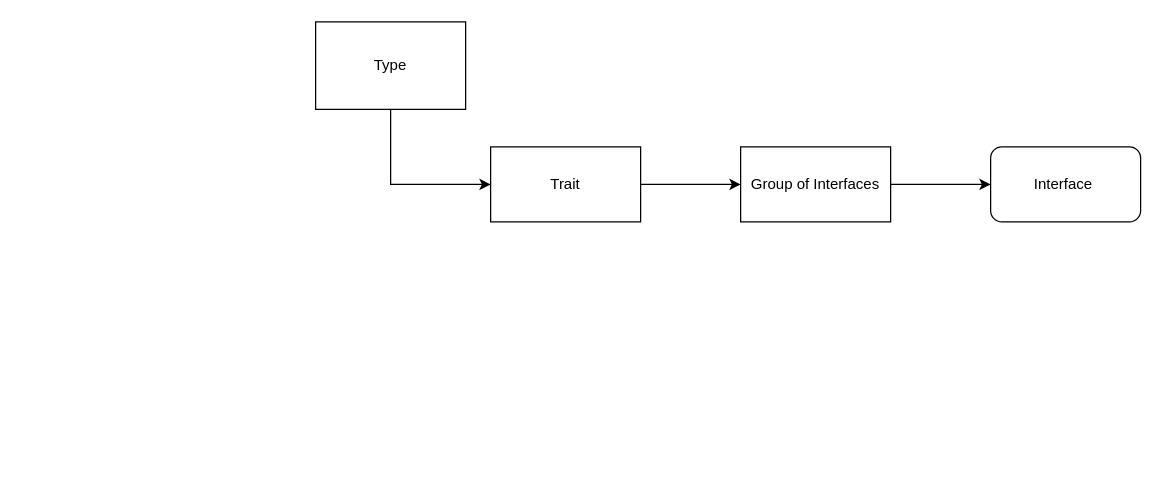
This is page "Traits" (2 of 2) of datatypes.drawio from gftea/rust_lang_notes, a draw.io file, before an edit. Source tidied: cells renumbered, new cells numbered last; positions are measured from the earlier drawing's top-left corner, leaving out a move shared by most shapes. Both pictures are drawn from the tidied source at 125%, with x=0, y=0 at pixel (315, 21).
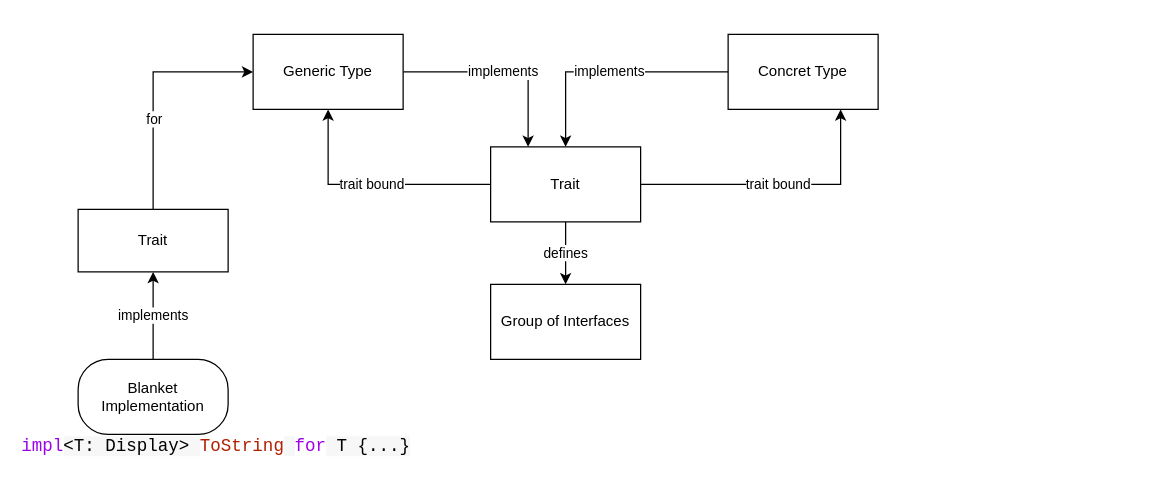
After the change.

Change to the diagram source:
```diff
@@
 <mxGraphModel>
   <root>
     <mxCell id="0" />
     <mxCell id="1" parent="0" />
-    <mxCell id="2" style="edgeStyle=orthogonalEdgeStyle;rounded=0;jettySize=auto;html=1;" parent="1" edge="1" source="3" target="5">
+    <mxCell id="2" value="defines" style="edgeStyle=orthogonalEdgeStyle;rounded=0;jettySize=auto;html=1;" parent="1" edge="1" source="3" target="5">
       <mxGeometry relative="1" as="geometry" />
     </mxCell>
+    <mxCell id="9" style="edgeStyle=orthogonalEdgeStyle;rounded=0;jettySize=auto;html=1;entryX=0.5;entryY=1;entryDx=0;entryDy=0;" parent="1" edge="1" source="3" target="16">
+      <mxGeometry relative="1" as="geometry" />
+    </mxCell>
+    <mxCell id="10" value="trait bound" style="edgeLabel;html=1;align=center;verticalAlign=middle;" parent="9" vertex="1">
+      <mxGeometry x="0.01" y="-1" relative="1" as="geometry" />
+    </mxCell>
+    <mxCell id="11" value="trait bound" style="edgeStyle=orthogonalEdgeStyle;rounded=0;jettySize=auto;html=1;entryX=0.75;entryY=1;entryDx=0;entryDy=0;exitX=1;exitY=0.5;exitDx=0;exitDy=0;" parent="1" edge="1" source="3" target="14">
+      <mxGeometry relative="1" as="geometry" />
+    </mxCell>
-    <mxCell id="3" value="Trait" style="whiteSpace=wrap;html=1;" parent="1" vertex="1">
+    <mxCell id="3" value="Trait" style="whiteSpace=wrap;html=1;gradientColor=none;perimeterSpacing=0;shadow=0;glass=0;enumerate=0;" parent="1" vertex="1">
       <mxGeometry x="140" y="100" width="120" height="60" as="geometry" />
     </mxCell>
-    <mxCell id="4" style="edgeStyle=orthogonalEdgeStyle;rounded=0;jettySize=auto;html=1;" parent="1" edge="1" source="5" target="6">
-      <mxGeometry relative="1" as="geometry" />
-    </mxCell>
     <mxCell id="5" value="Group of Interfaces" style="whiteSpace=wrap;html=1;" parent="1" vertex="1">
-      <mxGeometry x="340" y="100" width="120" height="60" as="geometry" />
+      <mxGeometry x="140" y="210" width="120" height="60" as="geometry" />
     </mxCell>
-    <mxCell id="6" value="Interface&amp;nbsp;" style="rounded=1;whiteSpace=wrap;html=1;" parent="1" vertex="1">
-      <mxGeometry x="540" y="100" width="120" height="60" as="geometry" />
-    </mxCell>
-    <mxCell id="7" style="edgeStyle=orthogonalEdgeStyle;rounded=0;jettySize=auto;html=1;entryX=0;entryY=0.5;entryDx=0;entryDy=0;exitX=0.5;exitY=1;exitDx=0;exitDy=0;" parent="1" edge="1" source="8" target="3">
-      <mxGeometry relative="1" as="geometry" />
-    </mxCell>
-    <mxCell id="8" value="Type" style="whiteSpace=wrap;html=1;" parent="1" vertex="1">
-      <mxGeometry width="120" height="70" as="geometry" />
-    </mxCell>
+    <mxCell id="12" value="implements" style="edgeStyle=orthogonalEdgeStyle;rounded=0;jettySize=auto;html=1;exitX=0.5;exitY=0;exitDx=0;exitDy=0;entryX=0.5;entryY=1;entryDx=0;entryDy=0;" parent="1" edge="1" source="13" target="20">
+      <mxGeometry relative="1" as="geometry" />
+    </mxCell>
+    <mxCell id="13" value="Blanket Implementation" style="rounded=1;whiteSpace=wrap;html=1;shadow=0;glass=0;gradientColor=none;arcSize=40;" parent="1" vertex="1">
+      <mxGeometry x="-190" y="270" width="120" height="60" as="geometry" />
+    </mxCell>
+    <mxCell id="14" value="Concret Type" style="whiteSpace=wrap;html=1;gradientColor=none;perimeterSpacing=0;shadow=0;glass=0;enumerate=0;" parent="1" vertex="1">
+      <mxGeometry x="330" y="10" width="120" height="60" as="geometry" />
+    </mxCell>
+    <mxCell id="15" value="implements" style="edgeStyle=orthogonalEdgeStyle;rounded=0;jettySize=auto;html=1;entryX=0.25;entryY=0;entryDx=0;entryDy=0;" parent="1" edge="1" source="16" target="3">
+      <mxGeometry relative="1" as="geometry" />
+    </mxCell>
+    <mxCell id="16" value="Generic Type" style="whiteSpace=wrap;html=1;gradientColor=none;perimeterSpacing=0;shadow=0;glass=0;enumerate=0;" parent="1" vertex="1">
+      <mxGeometry x="-50" y="10" width="120" height="60" as="geometry" />
+    </mxCell>
+    <mxCell id="17" value="implements" style="edgeStyle=orthogonalEdgeStyle;rounded=0;jettySize=auto;html=1;exitX=0;exitY=0.5;exitDx=0;exitDy=0;entryX=0.5;entryY=0;entryDx=0;entryDy=0;" parent="1" edge="1" source="14" target="3">
+      <mxGeometry relative="1" as="geometry" />
+    </mxCell>
+    <mxCell id="18" style="edgeStyle=orthogonalEdgeStyle;rounded=0;jettySize=auto;html=1;exitX=0.5;exitY=0;exitDx=0;exitDy=0;entryX=0;entryY=0.5;entryDx=0;entryDy=0;" parent="1" edge="1" source="20" target="16">
+      <mxGeometry relative="1" as="geometry" />
+    </mxCell>
+    <mxCell id="19" value="for" style="edgeLabel;html=1;align=center;verticalAlign=middle;" parent="18" vertex="1">
+      <mxGeometry x="-0.23" relative="1" as="geometry" />
+    </mxCell>
+    <mxCell id="20" value="Trait" style="whiteSpace=wrap;html=1;gradientColor=none;perimeterSpacing=0;shadow=0;glass=0;enumerate=0;" parent="1" vertex="1">
+      <mxGeometry x="-190" y="150" width="120" height="50" as="geometry" />
+    </mxCell>
+    <mxCell id="21" value="&lt;span style=&quot;color: rgb(157, 0, 236); font-family: &amp;quot;Source Code Pro&amp;quot;, Consolas, &amp;quot;Ubuntu Mono&amp;quot;, Menlo, &amp;quot;DejaVu Sans Mono&amp;quot;, monospace, monospace; font-size: 14px; text-align: start;&quot; class=&quot;hljs-keyword&quot;&gt;impl&lt;/span&gt;&lt;span style=&quot;font-family: &amp;quot;Source Code Pro&amp;quot;, Consolas, &amp;quot;Ubuntu Mono&amp;quot;, Menlo, &amp;quot;DejaVu Sans Mono&amp;quot;, monospace, monospace; font-size: 14px; text-align: start; background-color: rgb(246, 247, 246);&quot;&gt;&amp;lt;T: Display&amp;gt; &lt;/span&gt;&lt;span style=&quot;color: rgb(178, 30, 0); font-family: &amp;quot;Source Code Pro&amp;quot;, Consolas, &amp;quot;Ubuntu Mono&amp;quot;, Menlo, &amp;quot;DejaVu Sans Mono&amp;quot;, monospace, monospace; font-size: 14px; text-align: start;&quot; class=&quot;hljs-built_in&quot;&gt;ToString&lt;/span&gt;&lt;span style=&quot;font-family: &amp;quot;Source Code Pro&amp;quot;, Consolas, &amp;quot;Ubuntu Mono&amp;quot;, Menlo, &amp;quot;DejaVu Sans Mono&amp;quot;, monospace, monospace; font-size: 14px; text-align: start; background-color: rgb(246, 247, 246);&quot;&gt; &lt;/span&gt;&lt;span style=&quot;color: rgb(157, 0, 236); font-family: &amp;quot;Source Code Pro&amp;quot;, Consolas, &amp;quot;Ubuntu Mono&amp;quot;, Menlo, &amp;quot;DejaVu Sans Mono&amp;quot;, monospace, monospace; font-size: 14px; text-align: start;&quot; class=&quot;hljs-keyword&quot;&gt;for&lt;/span&gt;&lt;span style=&quot;font-family: &amp;quot;Source Code Pro&amp;quot;, Consolas, &amp;quot;Ubuntu Mono&amp;quot;, Menlo, &amp;quot;DejaVu Sans Mono&amp;quot;, monospace, monospace; font-size: 14px; text-align: start; background-color: rgb(246, 247, 246);&quot;&gt; T {...&lt;/span&gt;&lt;span style=&quot;font-family: &amp;quot;Source Code Pro&amp;quot;, Consolas, &amp;quot;Ubuntu Mono&amp;quot;, Menlo, &amp;quot;DejaVu Sans Mono&amp;quot;, monospace, monospace; font-size: 14px; text-align: start; background-color: rgb(246, 247, 246);&quot;&gt;}&lt;/span&gt;" style="text;html=1;align=center;verticalAlign=middle;strokeColor=none;fillColor=none;" parent="1" vertex="1">
+      <mxGeometry x="-230" y="330" width="300" height="20" as="geometry" />
+    </mxCell>
   </root>
 </mxGraphModel>
```
